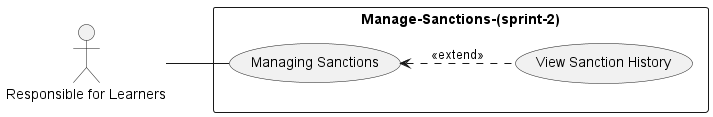
Before: out/Functional Branch/Use Case/Use-Case-Sprint2/Use-Case-Sprint2.png, a diagram exported from PlantUML (Tribak-Ayoub/Project-fil-rouge).
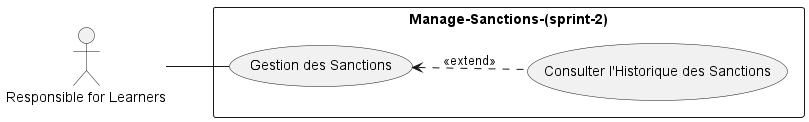
The same diagram one commit later.

Change to the diagram source:
```diff
@@ -3,8 +3,8 @@
 actor "Responsible for Learners" as Admin
 
 rectangle Manage-Sanctions-(sprint-2) {
-  usecase "View Sanction History" as UC4
-  usecase "Managing Sanctions" as UC5
+  usecase "Consulter l'Historique des Sanctions" as UC4
+  usecase "Gestion des Sanctions" as UC5
 }
 
 Admin -- UC5
```
